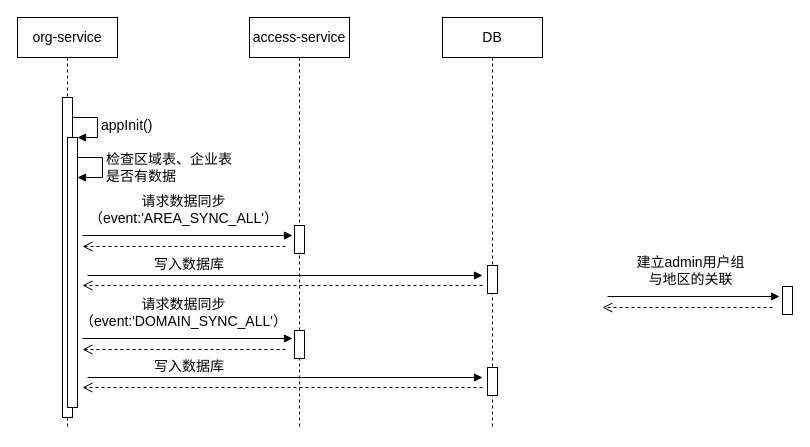
waterwatermelon/graph keeps this draw.io diagram as page "sequence-syncAll" (6 of 6) of CDRS/module-design.drawio. Above is the earlier version. Source tidied: cells renumbered, new cells numbered last; positions are measured from the earlier drawing's top-left corner, leaving out a move shared by most shapes. Both pictures are drawn from the tidied source at 100%, with x=0, y=0 at pixel (17, 17).
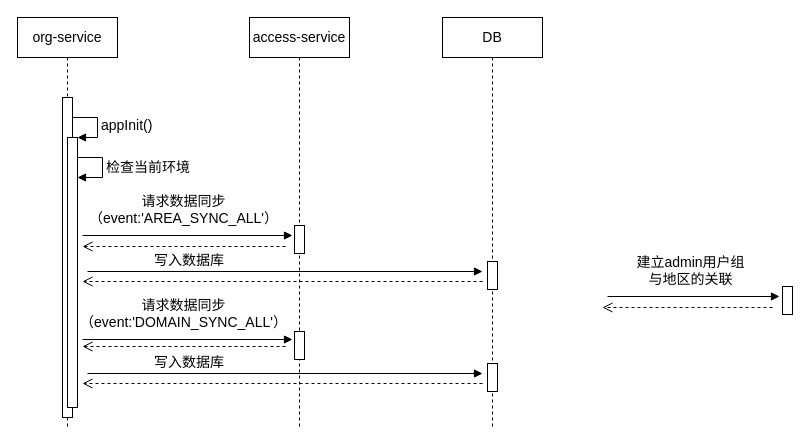
After the change.

Unchanged cells that the change refers to:
```xml
<mxCell id="3" value="DB" style="shape=umlLifeline;perimeter=lifelinePerimeter;whiteSpace=wrap;html=1;fontSize=14;" parent="1" vertex="1">
  <mxGeometry x="425" width="100" height="412" as="geometry" />
</mxCell>
```

Diff of the diagram source:
```diff
@@
     <mxCell id="4" style="html=1;perimeter=orthogonalPerimeter;fontSize=14;" parent="3" vertex="1">
-      <mxGeometry x="45" y="248" width="10" height="28" as="geometry" />
+      <mxGeometry x="45" y="244" width="10" height="28" as="geometry" />
     </mxCell>
@@
-    <mxCell id="12" value="检查区域表、企业表&lt;br&gt;是否有数据" style="edgeStyle=orthogonalEdgeStyle;html=1;align=left;spacingLeft=2;endArrow=block;rounded=0;fontSize=14;" parent="1" edge="1">
+    <mxCell id="12" value="检查当前环境" style="edgeStyle=orthogonalEdgeStyle;html=1;align=left;spacingLeft=2;endArrow=block;rounded=0;fontSize=14;" parent="1" edge="1">
       <mxGeometry relative="1" as="geometry">
         <mxPoint x="60" y="140" as="sourcePoint" />
         <mxPoint x="60" y="160" as="targetPoint" />
         <Array as="points">
           <mxPoint x="85" y="140" />
         </Array>
       </mxGeometry>
     </mxCell>
@@
     <mxCell id="16" value="写入数据库" style="html=1;verticalAlign=bottom;endArrow=block;fontSize=14;align=left;" parent="1" edge="1">
       <mxGeometry x="-0.67" relative="1" as="geometry">
-        <mxPoint x="70" y="258" as="sourcePoint" />
-        <mxPoint x="465" y="258" as="targetPoint" />
+        <mxPoint x="70" y="254" as="sourcePoint" />
+        <mxPoint x="465" y="254" as="targetPoint" />
       </mxGeometry>
     </mxCell>
     <mxCell id="17" style="html=1;verticalAlign=bottom;endArrow=open;dashed=1;endSize=8;fontSize=14;" parent="1" edge="1">
       <mxGeometry relative="1" as="geometry">
-        <mxPoint x="465" y="268" as="sourcePoint" />
-        <mxPoint x="65" y="268" as="targetPoint" />
+        <mxPoint x="465" y="264" as="sourcePoint" />
+        <mxPoint x="65" y="264" as="targetPoint" />
       </mxGeometry>
     </mxCell>
     <mxCell id="18" style="html=1;perimeter=orthogonalPerimeter;fontSize=14;" parent="1" vertex="1">
-      <mxGeometry x="277" y="313" width="10" height="28" as="geometry" />
+      <mxGeometry x="277" y="314" width="10" height="28" as="geometry" />
     </mxCell>
     <mxCell id="19" value="请求数据同步&lt;br&gt;（event:'DOMAIN_SYNC_ALL'）" style="html=1;verticalAlign=bottom;endArrow=block;fontSize=14;" parent="1" edge="1">
       <mxGeometry x="-0.04" y="6" relative="1" as="geometry">
-        <mxPoint x="65" y="321" as="sourcePoint" />
-        <mxPoint x="275" y="321" as="targetPoint" />
+        <mxPoint x="65" y="322" as="sourcePoint" />
+        <mxPoint x="275" y="322" as="targetPoint" />
       </mxGeometry>
     </mxCell>
     <mxCell id="20" style="html=1;verticalAlign=bottom;endArrow=open;dashed=1;endSize=8;fontSize=14;" parent="1" edge="1">
       <mxGeometry relative="1" as="geometry">
-        <mxPoint x="268" y="332" as="sourcePoint" />
-        <mxPoint x="65" y="332" as="targetPoint" />
+        <mxPoint x="268" y="329" as="sourcePoint" />
+        <mxPoint x="65" y="329" as="targetPoint" />
       </mxGeometry>
     </mxCell>
     <mxCell id="21" style="html=1;perimeter=orthogonalPerimeter;fontSize=14;" parent="1" vertex="1">
-      <mxGeometry x="470" y="350" width="10" height="28" as="geometry" />
+      <mxGeometry x="470" y="346" width="10" height="28" as="geometry" />
     </mxCell>
     <mxCell id="22" value="写入数据库" style="html=1;verticalAlign=bottom;endArrow=block;fontSize=14;align=left;" parent="1" edge="1">
       <mxGeometry x="-0.67" relative="1" as="geometry">
-        <mxPoint x="70" y="360" as="sourcePoint" />
-        <mxPoint x="465" y="360" as="targetPoint" />
+        <mxPoint x="70" y="356" as="sourcePoint" />
+        <mxPoint x="465" y="356" as="targetPoint" />
       </mxGeometry>
     </mxCell>
     <mxCell id="23" style="html=1;verticalAlign=bottom;endArrow=open;dashed=1;endSize=8;fontSize=14;" parent="1" edge="1">
       <mxGeometry relative="1" as="geometry">
-        <mxPoint x="465" y="370" as="sourcePoint" />
-        <mxPoint x="65" y="370" as="targetPoint" />
+        <mxPoint x="465" y="366" as="sourcePoint" />
+        <mxPoint x="65" y="366" as="targetPoint" />
       </mxGeometry>
     </mxCell>
```
